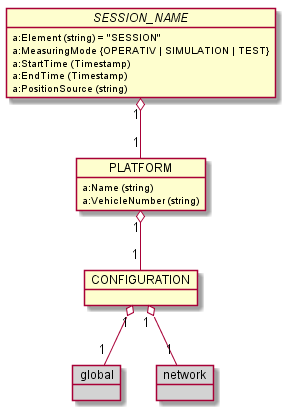
The PlantUML diagram images/generated/RCM_DX_Platform_overview.png in OpenRailAssociation/rcm-dx, before a commit.
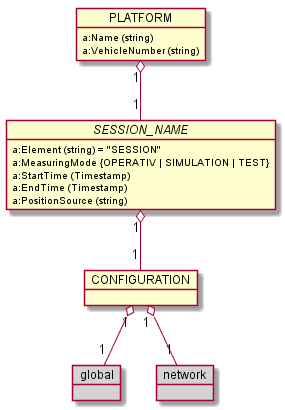
The same diagram one commit later.

The edit, as a diff of the source:
```diff
@@ -17,8 +17,8 @@
   object global #LightGray
   object network #LightGray
 
-  session_name "1" o-- "1" PLATFORM
-  PLATFORM "1" o-- "1" CONFIGURATION
+  PLATFORM "1" o-- "1" session_name
+  session_name "1" o-- "1" CONFIGURATION
   CONFIGURATION "1" o-- "1" global
   CONFIGURATION "1" o-- "1" network
 
```
